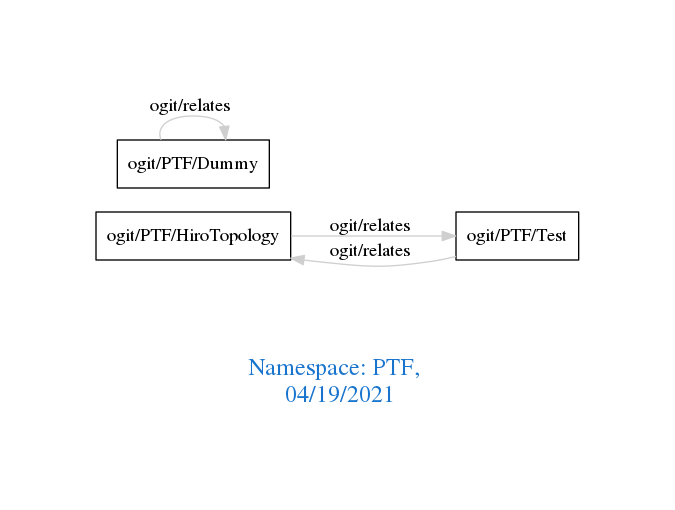
arago/OGIT keeps this Graphviz diagram as downloads/PTF.png. Above is the earlier version. Its source is kept beside it as downloads/PTF.dot.
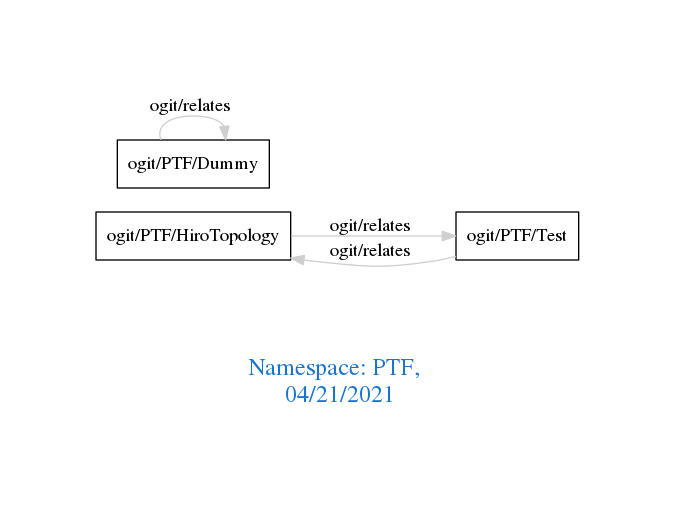
The same diagram one commit later.

The edit, as a diff of the source:
```diff
@@ -1,7 +1,7 @@
 digraph OGIT_ontology {
  graph [ rankdir= LR,pad=1
 fontsize = 18,
-fontcolor= dodgerblue3,label = "\n\n\nNamespace: PTF, \n 04/19/2021"];
+fontcolor= dodgerblue3,label = "\n\n\nNamespace: PTF, \n 04/21/2021"];
 node[shape=polygon];
 edge [  color="gray81"];
 
```
